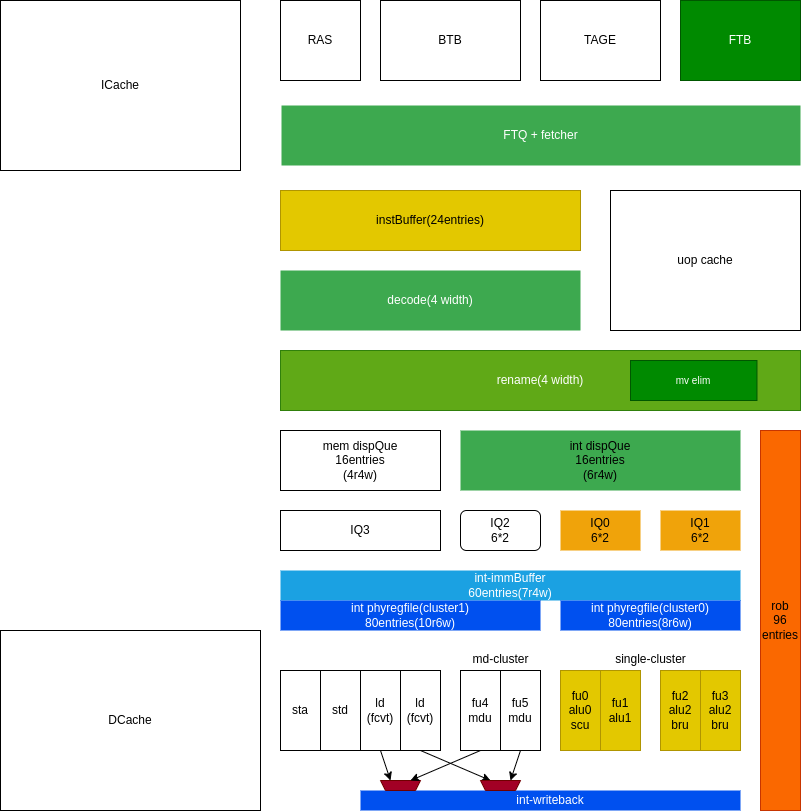
The draw.io diagram doc/aura.drawio.png in tastynoob/aura-core, before a commit. Source tidied: cells renumbered, new cells last; positions are measured from the earlier drawing's top-left corner, leaving out a move shared by most shapes.
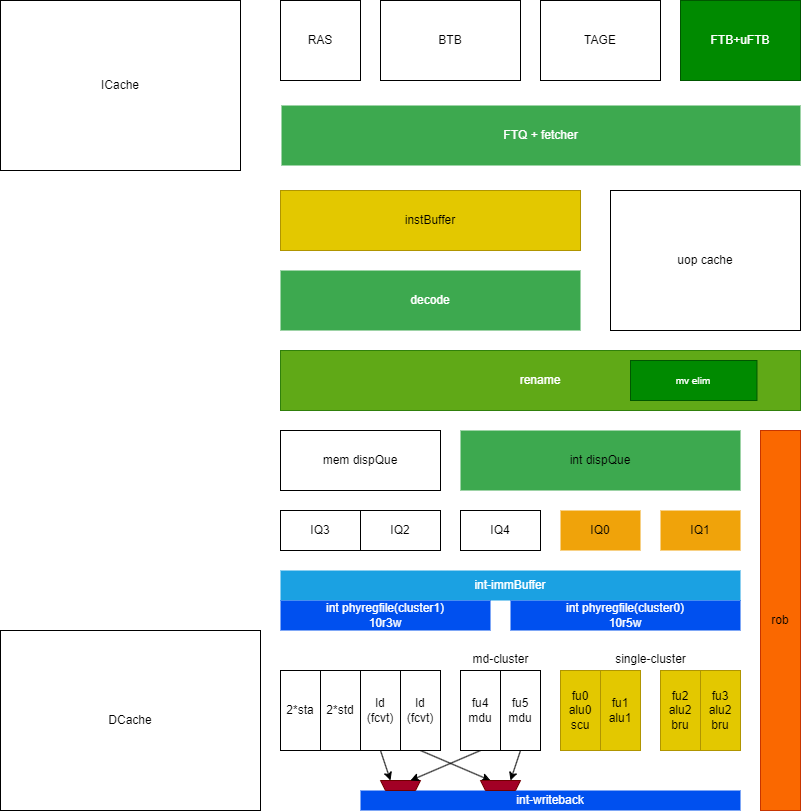
After the change.

Diff of the diagram source:
```diff
@@ -2,19 +2,16 @@
   <root>
     <mxCell id="0" />
     <mxCell id="1" parent="0" />
-    <mxCell id="2" value="int dispQue&lt;br&gt;16entries&lt;br&gt;(6r4w)" style="rounded=0;whiteSpace=wrap;html=1;align=center;verticalAlign=middle;strokeColor=none;fillColor=#3DA94F;" parent="1" vertex="1">
+    <mxCell id="2" value="int dispQue" style="rounded=0;whiteSpace=wrap;html=1;align=center;verticalAlign=middle;strokeColor=none;fillColor=#3DA94F;" parent="1" vertex="1">
       <mxGeometry x="460" y="430" width="280" height="60" as="geometry" />
     </mxCell>
-    <mxCell id="3" value="IQ2&lt;br&gt;6*2" style="rounded=1;whiteSpace=wrap;html=1;align=center;verticalAlign=middle;" parent="1" vertex="1">
-      <mxGeometry x="460" y="510" width="80" height="40" as="geometry" />
-    </mxCell>
     <mxCell id="4" value="IQ3" style="rounded=0;whiteSpace=wrap;html=1;align=center;verticalAlign=middle;" parent="1" vertex="1">
-      <mxGeometry x="280" y="510" width="160" height="40" as="geometry" />
+      <mxGeometry x="280" y="510" width="80" height="40" as="geometry" />
     </mxCell>
-    <mxCell id="5" value="std" style="rounded=0;whiteSpace=wrap;html=1;strokeColor=default;" parent="1" vertex="1">
+    <mxCell id="5" value="2*std" style="rounded=0;whiteSpace=wrap;html=1;strokeColor=default;" parent="1" vertex="1">
       <mxGeometry x="320" y="670" width="40" height="80" as="geometry" />
     </mxCell>
-    <mxCell id="6" value="sta" style="rounded=0;whiteSpace=wrap;html=1;strokeColor=default;gradientColor=none;" parent="1" vertex="1">
+    <mxCell id="6" value="2*sta" style="rounded=0;whiteSpace=wrap;html=1;strokeColor=default;gradientColor=none;" parent="1" vertex="1">
       <mxGeometry x="280" y="670" width="40" height="80" as="geometry" />
     </mxCell>
     <mxCell id="7" style="edgeStyle=none;html=1;exitX=0.5;exitY=1;exitDx=0;exitDy=0;entryX=0.75;entryY=1;entryDx=0;entryDy=0;fontSize=10;strokeColor=default;" parent="1" edge="1" source="8" target="24">
@@ -29,25 +26,25 @@
     <mxCell id="10" value="ld&lt;br&gt;(fcvt)" style="rounded=0;whiteSpace=wrap;html=1;strokeColor=default;gradientColor=none;" parent="1" vertex="1">
       <mxGeometry x="360" y="670" width="40" height="80" as="geometry" />
     </mxCell>
-    <mxCell id="11" value="IQ0&lt;br&gt;6*2" style="rounded=0;whiteSpace=wrap;html=1;align=center;verticalAlign=middle;strokeColor=none;fillColor=#f0a30a;fontColor=#000000;" parent="1" vertex="1">
+    <mxCell id="11" value="IQ0" style="rounded=0;whiteSpace=wrap;html=1;align=center;verticalAlign=middle;strokeColor=none;fillColor=#f0a30a;fontColor=#000000;" parent="1" vertex="1">
       <mxGeometry x="560" y="510" width="80" height="40" as="geometry" />
     </mxCell>
-    <mxCell id="12" value="IQ1&lt;br&gt;6*2" style="rounded=0;whiteSpace=wrap;html=1;align=center;verticalAlign=middle;strokeColor=none;fillColor=#f0a30a;fontColor=#000000;" parent="1" vertex="1">
+    <mxCell id="12" value="IQ1" style="rounded=0;whiteSpace=wrap;html=1;align=center;verticalAlign=middle;strokeColor=none;fillColor=#f0a30a;fontColor=#000000;" parent="1" vertex="1">
       <mxGeometry x="660" y="510" width="80" height="40" as="geometry" />
     </mxCell>
     <mxCell id="13" value="fu2&lt;br&gt;alu2&lt;br&gt;bru" style="rounded=0;whiteSpace=wrap;html=1;strokeColor=#B09500;fillColor=#e3c800;fontColor=#000000;" parent="1" vertex="1">
       <mxGeometry x="660" y="670" width="40" height="80" as="geometry" />
     </mxCell>
-    <mxCell id="14" value="int-immBuffer&lt;br&gt;60entries(7r4w)" style="rounded=0;whiteSpace=wrap;html=1;align=center;verticalAlign=middle;strokeColor=none;fillColor=#1ba1e2;fontColor=#ffffff;" parent="1" vertex="1">
+    <mxCell id="14" value="int-immBuffer" style="rounded=0;whiteSpace=wrap;html=1;align=center;verticalAlign=middle;strokeColor=none;fillColor=#1ba1e2;fontColor=#ffffff;" parent="1" vertex="1">
       <mxGeometry x="280" y="570" width="460" height="30" as="geometry" />
     </mxCell>
-    <mxCell id="15" value="int phyregfile(cluster0)&lt;br&gt;80entries(8r6w)" style="rounded=0;whiteSpace=wrap;html=1;align=center;verticalAlign=middle;strokeColor=none;fillColor=#0050ef;fontColor=#ffffff;" parent="1" vertex="1">
-      <mxGeometry x="560" y="600" width="180" height="30" as="geometry" />
+    <mxCell id="15" value="int phyregfile(cluster0)&lt;br&gt;10r5w" style="rounded=0;whiteSpace=wrap;html=1;align=center;verticalAlign=middle;strokeColor=none;fillColor=#0050ef;fontColor=#ffffff;" parent="1" vertex="1">
+      <mxGeometry x="510" y="600" width="230" height="30" as="geometry" />
     </mxCell>
-    <mxCell id="16" value="int phyregfile(cluster1)&lt;br&gt;80entries(10r6w)" style="rounded=0;whiteSpace=wrap;html=1;align=center;verticalAlign=middle;strokeColor=none;fillColor=#0050ef;fontColor=#ffffff;" parent="1" vertex="1">
-      <mxGeometry x="280" y="600" width="260" height="30" as="geometry" />
+    <mxCell id="16" value="int phyregfile(cluster1)&lt;br&gt;10r3w" style="rounded=0;whiteSpace=wrap;html=1;align=center;verticalAlign=middle;strokeColor=none;fillColor=#0050ef;fontColor=#ffffff;" parent="1" vertex="1">
+      <mxGeometry x="280" y="600" width="210" height="30" as="geometry" />
     </mxCell>
-    <mxCell id="17" value="mem dispQue&lt;br&gt;16entries&lt;br&gt;(4r4w)" style="rounded=0;whiteSpace=wrap;html=1;align=center;verticalAlign=middle;strokeColor=default;" parent="1" vertex="1">
+    <mxCell id="17" value="mem dispQue" style="rounded=0;whiteSpace=wrap;html=1;align=center;verticalAlign=middle;strokeColor=default;" parent="1" vertex="1">
       <mxGeometry x="280" y="430" width="160" height="60" as="geometry" />
     </mxCell>
     <mxCell id="18" value="int-writeback" style="rounded=0;whiteSpace=wrap;html=1;align=center;verticalAlign=middle;strokeColor=none;fillColor=#0050ef;fontColor=#ffffff;" parent="1" vertex="1">
@@ -56,13 +53,13 @@
     <mxCell id="19" style="group;fillColor=#008a00;fontColor=#ffffff;strokeColor=#005700;rounded=0;" parent="1" vertex="1">
       <mxGeometry x="280" y="350" width="520" height="60" as="geometry" />
     </mxCell>
-    <mxCell id="20" value="rename(4 width)" style="rounded=0;whiteSpace=wrap;html=1;align=center;verticalAlign=middle;fillColor=#60a917;fontColor=#ffffff;strokeColor=none;" parent="19" vertex="1">
+    <mxCell id="20" value="rename" style="rounded=0;whiteSpace=wrap;html=1;align=center;verticalAlign=middle;fillColor=#60a917;fontColor=#ffffff;strokeColor=none;" parent="19" vertex="1">
       <mxGeometry width="520" height="60" as="geometry" />
     </mxCell>
     <mxCell id="21" value="mv elim" style="rounded=0;whiteSpace=wrap;html=1;align=center;verticalAlign=middle;fontSize=10;fillColor=#008a00;fontColor=#ffffff;strokeColor=#005700;" parent="19" vertex="1">
       <mxGeometry x="350" y="10" width="126.5" height="40" as="geometry" />
     </mxCell>
-    <mxCell id="22" value="rob&lt;br&gt;96&lt;br&gt;entries" style="rounded=0;whiteSpace=wrap;html=1;align=center;verticalAlign=middle;strokeColor=#C73500;fillColor=#fa6800;fontColor=#000000;" parent="1" vertex="1">
+    <mxCell id="22" value="rob" style="rounded=0;whiteSpace=wrap;html=1;align=center;verticalAlign=middle;strokeColor=#C73500;fillColor=#fa6800;fontColor=#000000;" parent="1" vertex="1">
       <mxGeometry x="760" y="430" width="40" height="380" as="geometry" />
     </mxCell>
     <mxCell id="23" style="shape=trapezoid;perimeter=trapezoidPerimeter;whiteSpace=wrap;html=1;fixedSize=1;fontSize=10;rotation=-180;size=4.999999999999886;strokeColor=#6F0000;fillColor=#a20025;fontColor=#ffffff;" parent="1" vertex="1">
@@ -77,10 +74,10 @@
     <mxCell id="26" style="edgeStyle=none;html=1;exitX=0.5;exitY=1;exitDx=0;exitDy=0;entryX=0.25;entryY=1;entryDx=0;entryDy=0;fontSize=10;strokeColor=default;" parent="1" edge="1" source="42" target="24">
       <mxGeometry relative="1" as="geometry" />
     </mxCell>
-    <mxCell id="27" value="decode(4 width)" style="rounded=0;whiteSpace=wrap;html=1;align=center;verticalAlign=middle;fillColor=#3DA94F;fontColor=#ffffff;strokeColor=none;" parent="1" vertex="1">
+    <mxCell id="27" value="decode" style="rounded=0;whiteSpace=wrap;html=1;align=center;verticalAlign=middle;fillColor=#3DA94F;fontColor=#ffffff;strokeColor=none;" parent="1" vertex="1">
       <mxGeometry x="280" y="270" width="300" height="60" as="geometry" />
     </mxCell>
-    <mxCell id="28" value="instBuffer(24entries)" style="rounded=0;whiteSpace=wrap;html=1;align=center;verticalAlign=middle;fillColor=#e3c800;fontColor=#000000;strokeColor=#B09500;" parent="1" vertex="1">
+    <mxCell id="28" value="instBuffer" style="rounded=0;whiteSpace=wrap;html=1;align=center;verticalAlign=middle;fillColor=#e3c800;fontColor=#000000;strokeColor=#B09500;" parent="1" vertex="1">
       <mxGeometry x="280" y="190" width="300" height="60" as="geometry" />
     </mxCell>
     <mxCell id="29" value="single-cluster" style="verticalLabelPosition=bottom;shadow=0;dashed=0;align=center;html=1;verticalAlign=top;shape=mxgraph.electrical.transmission.2_line_bus;strokeColor=none;" parent="1" vertex="1">
@@ -101,7 +98,7 @@
     <mxCell id="34" value="fu3&lt;br&gt;alu2&lt;br&gt;bru" style="rounded=0;whiteSpace=wrap;html=1;strokeColor=#B09500;fillColor=#e3c800;fontColor=#000000;" parent="1" vertex="1">
       <mxGeometry x="700" y="670" width="40" height="80" as="geometry" />
     </mxCell>
-    <mxCell id="35" value="FTB" style="rounded=0;whiteSpace=wrap;html=1;align=center;verticalAlign=middle;strokeColor=#005700;fillColor=#008a00;fontColor=#ffffff;" parent="1" vertex="1">
+    <mxCell id="35" value="FTB+uFTB" style="rounded=0;whiteSpace=wrap;html=1;align=center;verticalAlign=middle;strokeColor=#005700;fillColor=#008a00;fontColor=#ffffff;" parent="1" vertex="1">
       <mxGeometry x="680" width="120" height="80" as="geometry" />
     </mxCell>
     <mxCell id="36" value="uop cache" style="rounded=0;whiteSpace=wrap;html=1;align=center;verticalAlign=middle;strokeColor=default;" parent="1" vertex="1">
@@ -128,5 +125,11 @@
     <mxCell id="43" value="fu4&lt;br&gt;mdu" style="rounded=0;whiteSpace=wrap;html=1;" parent="1" vertex="1">
       <mxGeometry x="460" y="670" width="40" height="80" as="geometry" />
     </mxCell>
+    <mxCell id="44" value="IQ2" style="rounded=0;whiteSpace=wrap;html=1;align=center;verticalAlign=middle;" parent="1" vertex="1">
+      <mxGeometry x="360" y="510" width="80" height="40" as="geometry" />
+    </mxCell>
+    <mxCell id="45" value="IQ4" style="rounded=0;whiteSpace=wrap;html=1;align=center;verticalAlign=middle;" parent="1" vertex="1">
+      <mxGeometry x="460" y="510" width="80" height="40" as="geometry" />
+    </mxCell>
   </root>
 </mxGraphModel>
```
